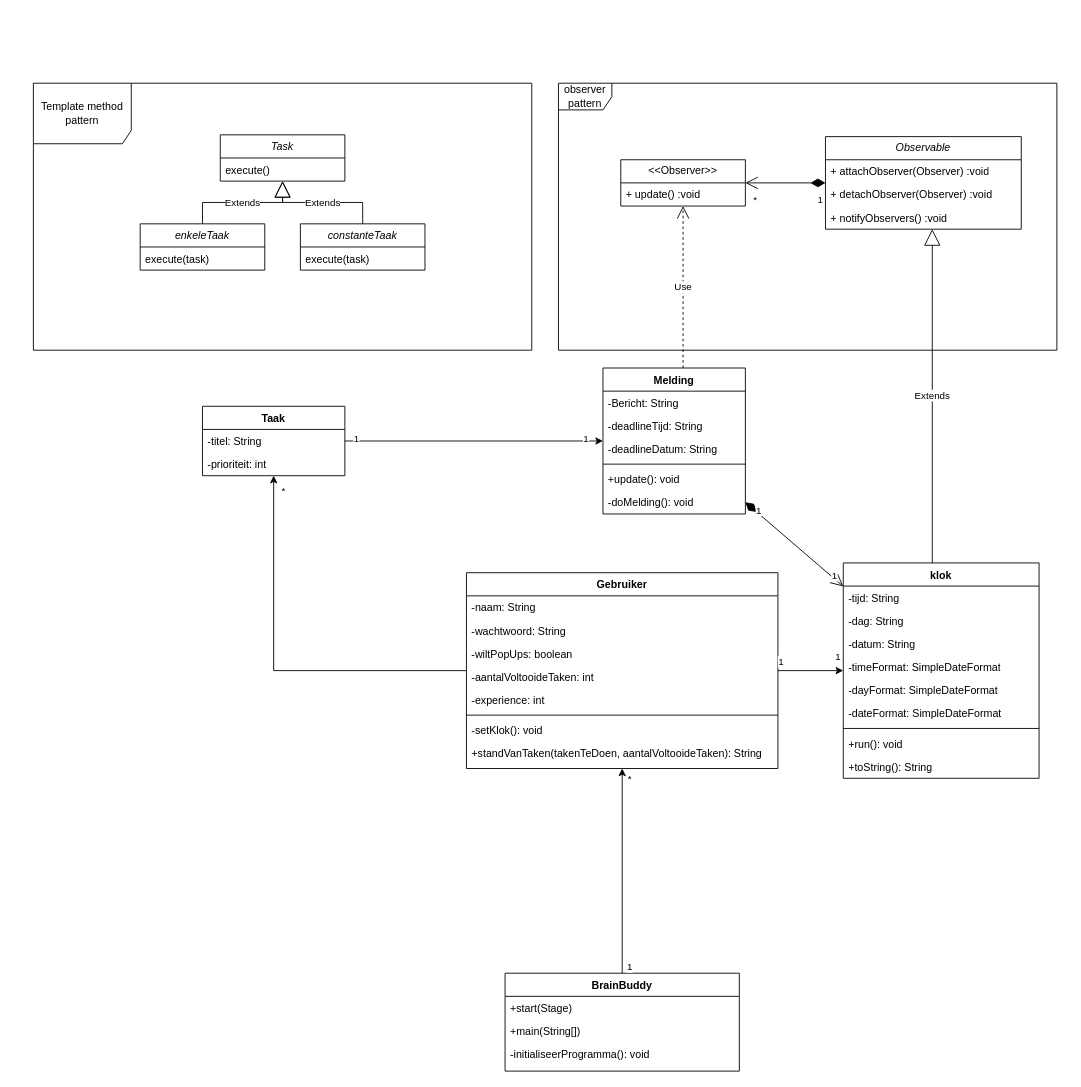
jipiekaye/OPT3-2023 keeps this draw.io diagram as OPT3-2023/documentation/Untitled Diagram.drawio. Above is the earlier version. Source tidied: cells renumbered, new cells numbered last; positions are measured from the earlier drawing's top-left corner, leaving out a move shared by most shapes. Both pictures are drawn from the tidied source at 89%, with x=0, y=0 at pixel (33, 83).
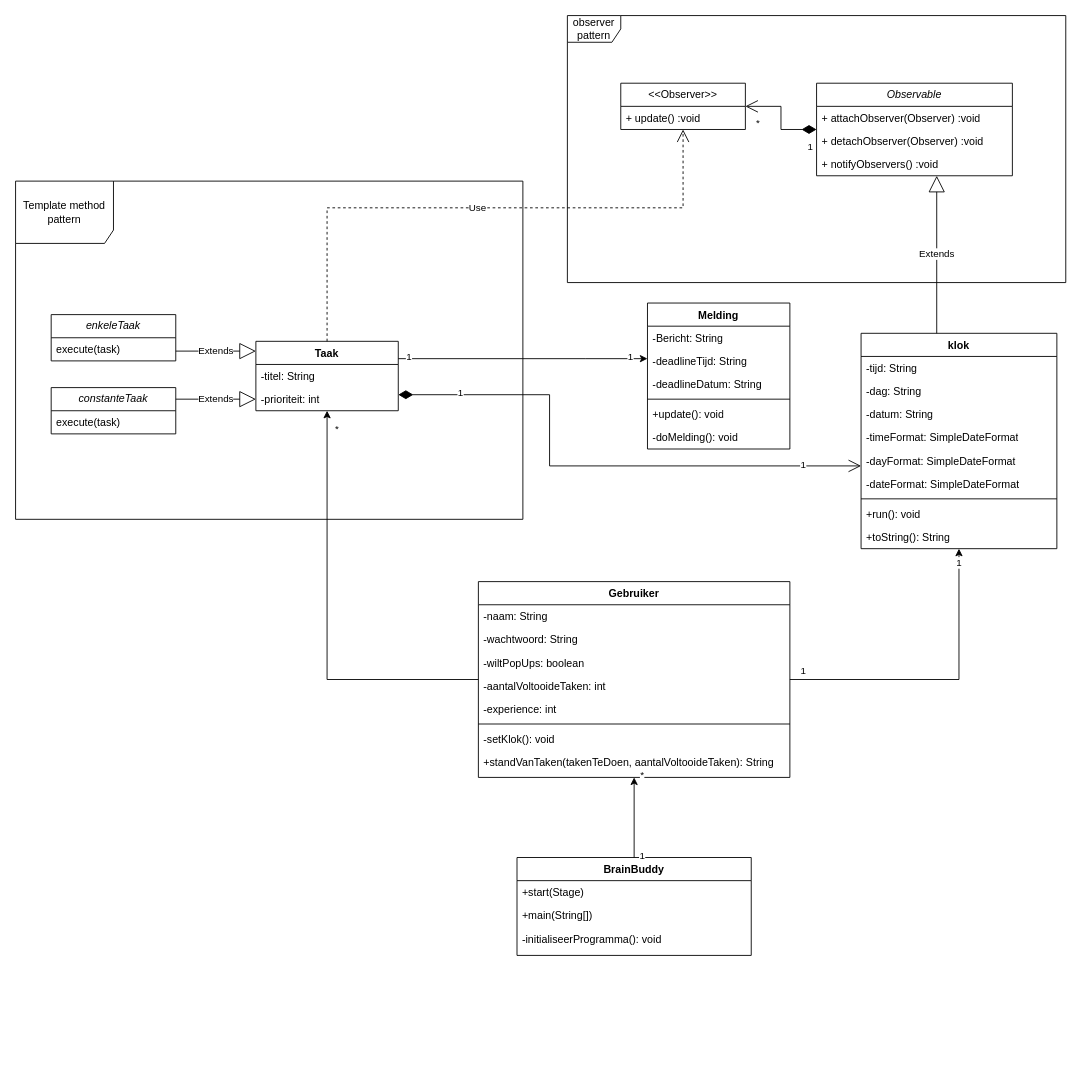
The same page after the edit.

Commit message:
Update template method pattern

What changed in the source:
```diff
@@
     <mxCell id="2" value="Gebruiker" style="swimlane;fontStyle=1;align=center;verticalAlign=top;horizontal=1;startSize=26;rounded=0;shadow=0;strokeWidth=1;" parent="1" vertex="1">
-      <mxGeometry x="486.6" y="550" width="350" height="220" as="geometry" />
+      <mxGeometry x="500" y="560" width="350" height="220" as="geometry" />
     </mxCell>
@@
     <mxCell id="11" value="Taak" style="swimlane;fontStyle=1;align=center;verticalAlign=top;horizontal=1;startSize=26;whiteSpace=wrap;html=1;" parent="1" vertex="1">
-      <mxGeometry x="190" y="363" width="160" height="78" as="geometry" />
+      <mxGeometry x="250" y="290" width="160" height="78" as="geometry" />
     </mxCell>
@@
     <mxCell id="14" value="Melding" style="swimlane;fontStyle=1;align=center;verticalAlign=top;horizontal=1;startSize=26;whiteSpace=wrap;html=1;" parent="1" vertex="1">
-      <mxGeometry x="640" y="320" width="160" height="164" as="geometry" />
+      <mxGeometry x="690" y="247" width="160" height="164" as="geometry" />
     </mxCell>
@@
     <mxCell id="21" value="BrainBuddy" style="swimlane;fontStyle=1;align=center;verticalAlign=top;horizontal=1;startSize=26;rounded=0;shadow=0;strokeWidth=1;" parent="1" vertex="1">
-      <mxGeometry x="530" y="1000" width="263.2" height="110" as="geometry" />
+      <mxGeometry x="543.4" y="870" width="263.2" height="110" as="geometry" />
     </mxCell>
@@
-    <mxCell id="30" style="edgeStyle=orthogonalEdgeStyle;rounded=0;jettySize=auto;html=1;" parent="1" edge="1" source="11" target="14">
-      <mxGeometry relative="1" as="geometry" />
+    <mxCell id="30" style="edgeStyle=orthogonalEdgeStyle;rounded=0;jettySize=auto;html=1;exitX=1;exitY=0.25;exitDx=0;exitDy=0;" parent="1" edge="1" source="11" target="14">
+      <mxGeometry relative="1" as="geometry">
+        <Array as="points">
+          <mxPoint x="620" y="310" />
+          <mxPoint x="620" y="310" />
+        </Array>
+      </mxGeometry>
     </mxCell>
@@
     <mxCell id="33" value="&amp;lt;&amp;lt;Observer&amp;gt;&amp;gt;" style="swimlane;fontStyle=0;horizontal=1;startSize=26;fillColor=none;whiteSpace=wrap;html=1;" parent="1" vertex="1">
-      <mxGeometry x="660" y="86" width="140" height="52" as="geometry" />
+      <mxGeometry x="660" width="140" height="52" as="geometry" />
     </mxCell>
@@
     <mxCell id="35" value="&lt;i&gt;Observable&lt;/i&gt;" style="swimlane;fontStyle=0;horizontal=1;startSize=26;fillColor=none;whiteSpace=wrap;html=1;" parent="1" vertex="1">
-      <mxGeometry x="890" y="60" width="220" height="104" as="geometry" />
+      <mxGeometry x="880" width="220" height="104" as="geometry" />
     </mxCell>
@@
     <mxCell id="42" value="observer pattern" style="shape=umlFrame;whiteSpace=wrap;html=1;" parent="1" vertex="1">
-      <mxGeometry x="590" width="560" height="300" as="geometry" />
+      <mxGeometry x="600" y="-76" width="560" height="300" as="geometry" />
     </mxCell>
-    <mxCell id="43" value="Template method pattern" style="shape=umlFrame;whiteSpace=wrap;html=1;width=110;height=68;" parent="1" vertex="1">
-      <mxGeometry width="560" height="300" as="geometry" />
+    <mxCell id="43" value="Template method pattern" style="shape=umlFrame;whiteSpace=wrap;html=1;width=110;height=70;" parent="1" vertex="1">
+      <mxGeometry x="-20" y="110" width="570" height="380" as="geometry" />
     </mxCell>
-    <mxCell id="44" value="&lt;i&gt;Task&lt;/i&gt;" style="swimlane;fontStyle=0;horizontal=1;startSize=26;fillColor=none;whiteSpace=wrap;html=1;" parent="1" vertex="1">
-      <mxGeometry x="210" y="58" width="140" height="52" as="geometry" />
-    </mxCell>
-    <mxCell id="45" value="execute()" style="text;strokeColor=none;fillColor=none;align=left;verticalAlign=top;spacingLeft=4;spacingRight=4;overflow=hidden;whiteSpace=wrap;html=1;" parent="44" vertex="1">
-      <mxGeometry y="26" width="140" height="26" as="geometry" />
-    </mxCell>
     <mxCell id="46" value="&lt;i&gt;enkeleTaak&lt;/i&gt;" style="swimlane;fontStyle=0;horizontal=1;startSize=26;fillColor=none;whiteSpace=wrap;html=1;" parent="1" vertex="1">
-      <mxGeometry x="120" y="158" width="140" height="52" as="geometry" />
+      <mxGeometry x="20" y="260" width="140" height="52" as="geometry" />
     </mxCell>
@@
     <mxCell id="48" value="&lt;i&gt;constanteTaak&lt;/i&gt;" style="swimlane;fontStyle=0;horizontal=1;startSize=26;fillColor=none;whiteSpace=wrap;html=1;" parent="1" vertex="1">
-      <mxGeometry x="300" y="158" width="140" height="52" as="geometry" />
+      <mxGeometry x="20" y="342" width="140" height="52" as="geometry" />
     </mxCell>
@@
-    <mxCell id="50" value="Extends" style="endArrow=block;endSize=16;endFill=0;html=1;rounded=0;edgeStyle=elbowEdgeStyle;elbow=vertical;" parent="1" edge="1" source="46" target="44">
+    <mxCell id="50" value="Extends" style="endArrow=block;endSize=16;endFill=0;html=1;rounded=0;edgeStyle=elbowEdgeStyle;elbow=vertical;" parent="1" edge="1" source="46" target="11">
       <mxGeometry relative="1" as="geometry" />
     </mxCell>
-    <mxCell id="51" value="Extends" style="endArrow=block;endSize=16;endFill=0;html=1;rounded=0;edgeStyle=elbowEdgeStyle;elbow=vertical;" parent="1" edge="1" source="48" target="44">
+    <mxCell id="51" value="Extends" style="endArrow=block;endSize=16;endFill=0;html=1;rounded=0;edgeStyle=elbowEdgeStyle;elbow=vertical;" parent="1" edge="1" source="48" target="11">
       <mxGeometry relative="1" as="geometry" />
     </mxCell>
@@
     <mxCell id="54" value="klok" style="swimlane;fontStyle=1;align=center;verticalAlign=top;horizontal=1;startSize=26;whiteSpace=wrap;html=1;" parent="1" vertex="1">
-      <mxGeometry x="910" y="539" width="220" height="242" as="geometry" />
+      <mxGeometry x="930" y="281" width="220" height="242" as="geometry" />
     </mxCell>
@@
-    <mxCell id="64" value="Use" style="endArrow=open;endSize=12;dashed=1;html=1;rounded=0;edgeStyle=elbowEdgeStyle;" parent="1" edge="1" source="14" target="33">
-      <mxGeometry relative="1" as="geometry" />
-    </mxCell>
@@
-    <mxCell id="66" style="endArrow=open;html=1;endSize=12;startArrow=diamondThin;startSize=14;startFill=1;align=left;verticalAlign=bottom;rounded=0;" parent="1" edge="1" source="14" target="54">
-      <mxGeometry x="-1" y="3" relative="1" as="geometry" />
+    <mxCell id="66" style="endArrow=open;html=1;endSize=12;startArrow=diamondThin;startSize=14;startFill=1;align=left;verticalAlign=bottom;rounded=0;edgeStyle=orthogonalEdgeStyle;elbow=vertical;" parent="1" edge="1" source="11" target="54">
+      <mxGeometry x="-1" y="3" relative="1" as="geometry">
+        <Array as="points">
+          <mxPoint x="580" y="350" />
+          <mxPoint x="580" y="430" />
+        </Array>
+      </mxGeometry>
     </mxCell>
@@
+    <mxCell id="64" value="Use" style="endArrow=open;endSize=12;dashed=1;html=1;rounded=0;edgeStyle=elbowEdgeStyle;elbow=vertical;" parent="1" edge="1" source="11" target="33">
+      <mxGeometry relative="1" as="geometry">
+        <Array as="points">
+          <mxPoint x="530" y="140" />
+        </Array>
+      </mxGeometry>
+    </mxCell>
```
